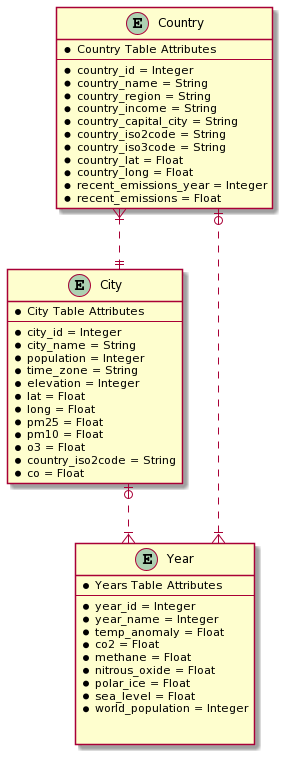
uma-sethuraman/burnin-up-website keeps this PlantUML diagram as burninup.png. Above is the earlier version. Its diagram source:
```plantuml
@startuml
skinparam linetype ortho

entity "Country" as country {
    *Country Table Attributes
    --
    *country_id = Integer
    *country_name = String
    *country_region = String
    *country_income = String
    *country_capital_city = String
    *country_iso2code = String
    *country_iso3code = String
    *country_lat = Float
    *country_long = Float
    *recent_emissions_year = Integer
    *recent_emissions = Float
}

entity "City" as city {
    *City Table Attributes
    --
    *city_id = Integer
    *city_name = String
    *population = Integer
    *time_zone = String
    *elevation = Integer
    *lat = Float
    *long = Float
    *pm25 = Float
    *pm10 = Float
    *o3 = Float
    *country_iso2code = String
    *co = Float
}


entity "Year" as year {
    *Years Table Attributes
    --
    *year_id = Integer
    *year_name = Integer
    *temp_anomaly = Float
    *co2 = Float
    *methane = Float
    *nitrous_oxide = Float
    *polar_ice = Float
    *sea_level = Float
    *world_population = Integer


}

country |o..|{ year
city  |o..|{  year
country }|..|| city
@enduml
```
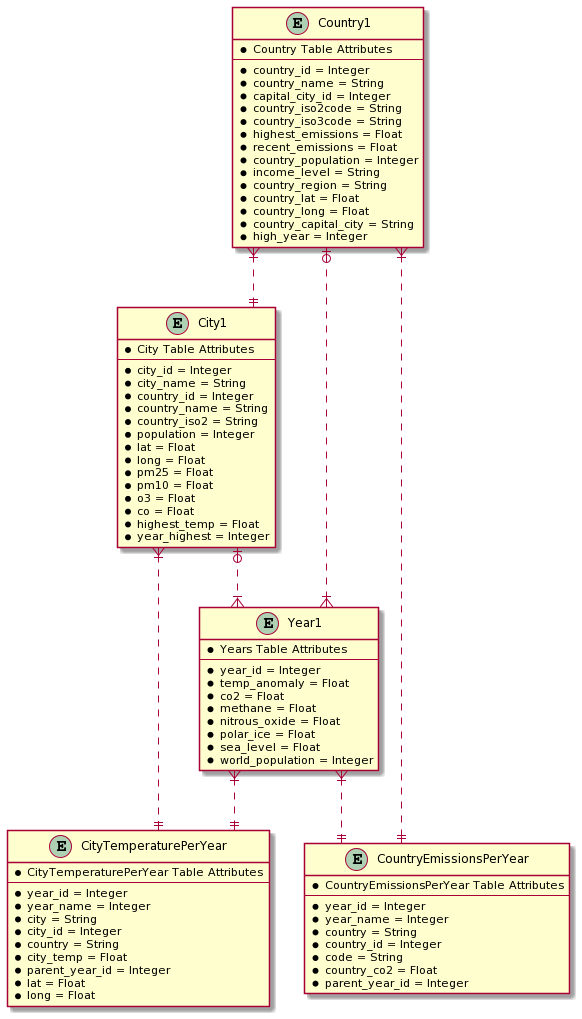
Later version of the same file.

The edit, as a diff of the source:
```diff
@@ -1,45 +1,49 @@
 @startuml
 skinparam linetype ortho
 
-entity "Country" as country {
+entity "Country1" as country1 {
     *Country Table Attributes
     --
     *country_id = Integer
     *country_name = String
-    *country_region = String
-    *country_income = String
-    *country_capital_city = String
+    *capital_city_id = Integer
     *country_iso2code = String
     *country_iso3code = String
+    *highest_emissions = Float
+    *recent_emissions = Float
+    *country_population = Integer
+    *income_level = String
+    *country_region = String
     *country_lat = Float
     *country_long = Float
-    *recent_emissions_year = Integer
-    *recent_emissions = Float
+    *country_capital_city = String
+    *high_year = Integer
 }
 
-entity "City" as city {
+entity "City1" as city1 {
     *City Table Attributes
     --
     *city_id = Integer
     *city_name = String
+    *country_id = Integer
+    *country_name = String
+    *country_iso2 = String
     *population = Integer
-    *time_zone = String
-    *elevation = Integer
     *lat = Float
     *long = Float
     *pm25 = Float
     *pm10 = Float
     *o3 = Float
-    *country_iso2code = String
     *co = Float
+    *highest_temp = Float
+    *year_highest = Integer
 }
 
 
-entity "Year" as year {
+entity "Year1" as year1 {
     *Years Table Attributes
     --
     *year_id = Integer
-    *year_name = Integer
     *temp_anomaly = Float
     *co2 = Float
     *methane = Float
@@ -47,11 +51,38 @@
     *polar_ice = Float
     *sea_level = Float
     *world_population = Integer
-
-
 }
 
-country |o..|{ year
-city  |o..|{  year
-country }|..|| city
+entity "CountryEmissionsPerYear" as countryemissionsperyear1 {
+    *CountryEmissionsPerYear Table Attributes
+    --
+    *year_id = Integer
+    *year_name = Integer
+    *country = String
+    *country_id = Integer
+    *code = String
+    *country_co2 = Float
+    *parent_year_id = Integer
+}
+
+entity "CityTemperaturePerYear" as citytemperatureperyear1 {
+    *CityTemperaturePerYear Table Attributes
+    --
+    *year_id = Integer
+    *year_name = Integer
+    *city = String
+    *city_id = Integer
+    *country = String
+    *city_temp = Float
+    *parent_year_id = Integer
+    *lat = Float
+    *long = Float
+}
+country1 |o..|{ year1
+city1  |o..|{  year1
+country1 }|..|| city1
+year1 }|..|| countryemissionsperyear1
+year1 }|..|| citytemperatureperyear1
+city1 }|..|| citytemperatureperyear1
+country1 }|..|| countryemissionsperyear1
 @enduml
```
